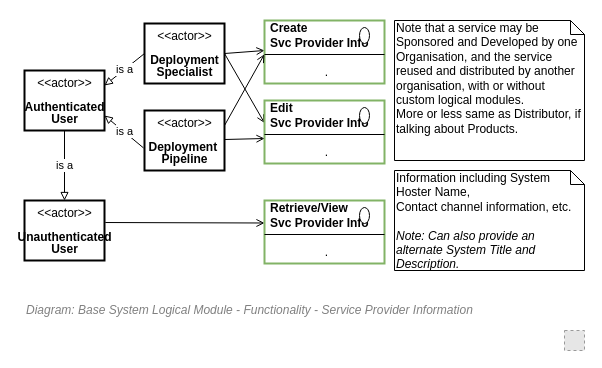
Above: 43.Functionality View/Functionality View - System Provider Information.drawio in skysgh/System.Design.Resources.Service (draw.io), before the change. Source tidied: cells renumbered, new cells numbered last; positions are measured from the earlier drawing's top-left corner, leaving out a move shared by most shapes. Both pictures are drawn from the tidied source at 100%, with x=0, y=0 at pixel (24, 20). Pictures stored in the file or linked from it are replaced by grey dashed boxes.
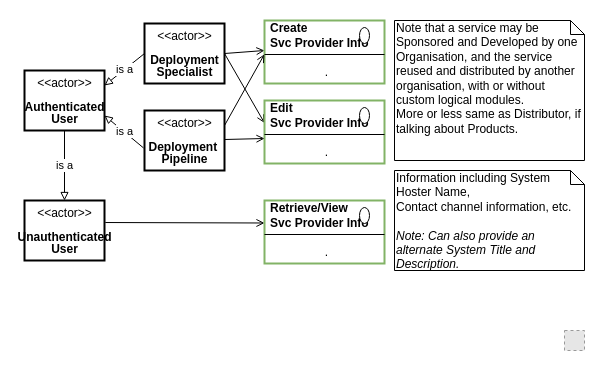
After the change.

The edit, as a diff of the source:
```diff
@@
-    <mxCell id="4" value="&lt;font style=&quot;font-size: 12px&quot;&gt;&lt;span style=&quot;font-size: 12px&quot;&gt;Diagram: Base System Logical Module - Functionality -&amp;nbsp;&lt;/span&gt;Service Provider Information&lt;/font&gt;" style="text;strokeColor=none;fillColor=none;html=1;fontSize=12;fontStyle=2;verticalAlign=middle;align=left;shadow=0;glass=0;comic=0;opacity=30;fontColor=#808080;" parent="1" vertex="1">
-      <mxGeometry y="280" width="520" height="20" as="geometry" />
-    </mxCell>
```
